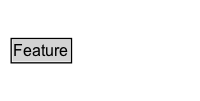
ISO-TC204/ontology-i72-v1 keeps this Graphviz diagram as docs/diagrams/Feature.dot.png. Above is the earlier version. Its source is kept beside it as docs/diagrams/Feature.dot. The source it was exported from:
```dot
digraph {
	graph [overlap=false rankdir=TB splines=true]
	node [fontname=Arial fontsize=12 margin=0 shape=none]
	edge [fontname=Arial fontsize=11]
	{
		rank=max
		Feature [label=<<TABLE BORDER="1" CELLBORDER="0" CELLSPACING="0" CELLPADDING="1"><TR><TD BGCOLOR="lightgray" ALIGN="CENTER" PORT="e">Feature</TD></TR></TABLE>> URL="../Feature.md" margin=0]
	}
	subgraph cluster_associated {
		label="" style=invis
		Invis [label=<<TABLE BORDER="0" CELLBORDER="0" CELLSPACING="0" CELLPADDING="1"><TR><TD></TD></TR></TABLE>> margin=0 style=invis]
	}
}
```
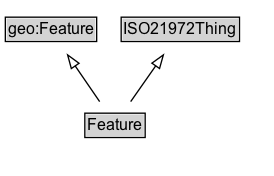
After the change.

Diff of the diagram source:
```diff
@@ -3,11 +3,18 @@
 	node [fontname=Arial fontsize=12 margin=0 shape=none]
 	edge [fontname=Arial fontsize=11]
 	{
+		rank=source
+		geo_Feature [label=<<TABLE BORDER="1" CELLBORDER="0" CELLSPACING="0" CELLPADDING="1"><TR><TD BGCOLOR="lightgray" ALIGN="CENTER">geo:Feature</TD></TR></TABLE>> URL="https://w3id.org/citydata/imported/geo/latest/Feature" margin=0]
+		ISO21972Thing [label=<<TABLE BORDER="1" CELLBORDER="0" CELLSPACING="0" CELLPADDING="1"><TR><TD BGCOLOR="lightgray" ALIGN="CENTER">ISO21972Thing</TD></TR></TABLE>> URL="../ISO21972Thing" margin=0]
+	}
+	Feature [label=<<TABLE BORDER="1" CELLBORDER="0" CELLSPACING="0" CELLPADDING="1"><TR><TD BGCOLOR="lightgray" ALIGN="CENTER">Feature</TD></TR></TABLE>> URL="../Feature" margin=0]
+	{
 		rank=max
-		Feature [label=<<TABLE BORDER="1" CELLBORDER="0" CELLSPACING="0" CELLPADDING="1"><TR><TD BGCOLOR="lightgray" ALIGN="CENTER" PORT="e">Feature</TD></TR></TABLE>> URL="../Feature.md" margin=0]
 	}
 	subgraph cluster_associated {
 		label="" style=invis
 		Invis [label=<<TABLE BORDER="0" CELLBORDER="0" CELLSPACING="0" CELLPADDING="1"><TR><TD></TD></TR></TABLE>> margin=0 style=invis]
 	}
+	Feature -> geo_Feature [arrowhead=onormal style=solid]
+	Feature -> ISO21972Thing [arrowhead=onormal style=solid]
 }
```
